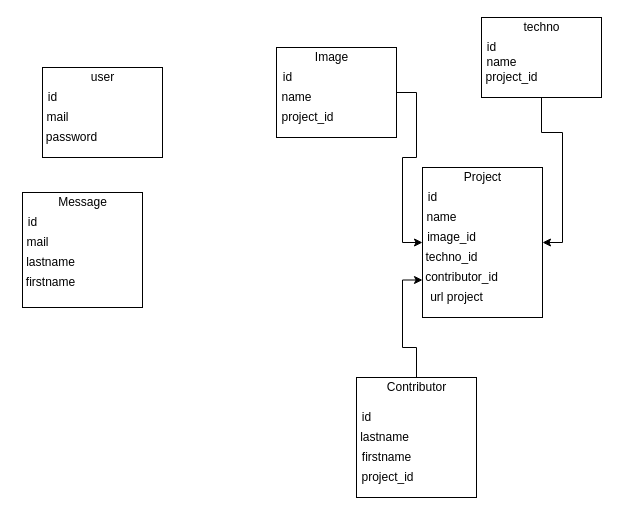
Above: draw.drawio in Valentin-int/Portfolio (draw.io), before the change. Source tidied: cells renumbered, new cells numbered last; positions are measured from the earlier drawing's top-left corner, leaving out a move shared by most shapes. Both pictures are drawn from the tidied source at 100%, with x=0, y=0 at pixel (17, 17).
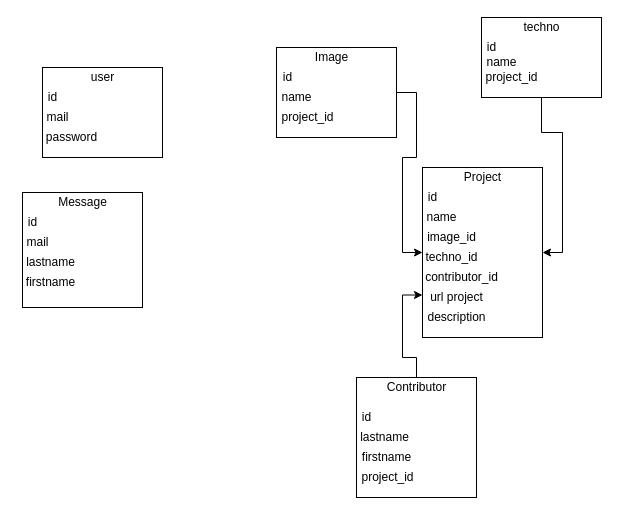
Above is the later version.

What changed in the source:
```diff
@@
     <mxCell id="7" style="whiteSpace=wrap;html=1;" parent="1" vertex="1">
-      <mxGeometry x="405" y="150" width="120" height="150" as="geometry" />
+      <mxGeometry x="405" y="150" width="120" height="170" as="geometry" />
     </mxCell>
@@
+    <mxCell id="40" value="description" style="text;html=1;align=center;verticalAlign=middle;fillColor=none;strokeColor=none;rounded=0;" parent="1" vertex="1">
+      <mxGeometry x="404" y="290" width="70" height="20" as="geometry" />
+    </mxCell>
```
